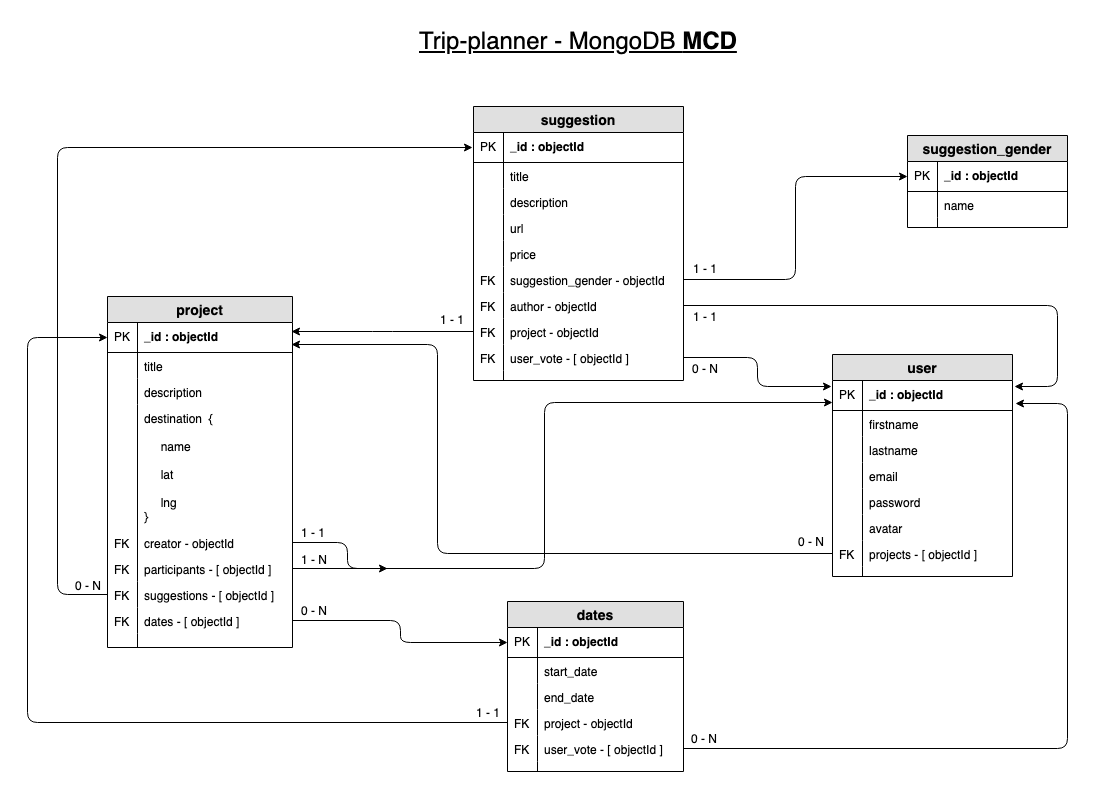
Before: documents/trip-planner-mcd-mongodb.png, a diagram exported from draw.io (maclaude/trip-planner-backend). Source tidied: cells renumbered, new cells last; positions are measured from the earlier drawing's top-left corner, leaving out a move shared by most shapes.
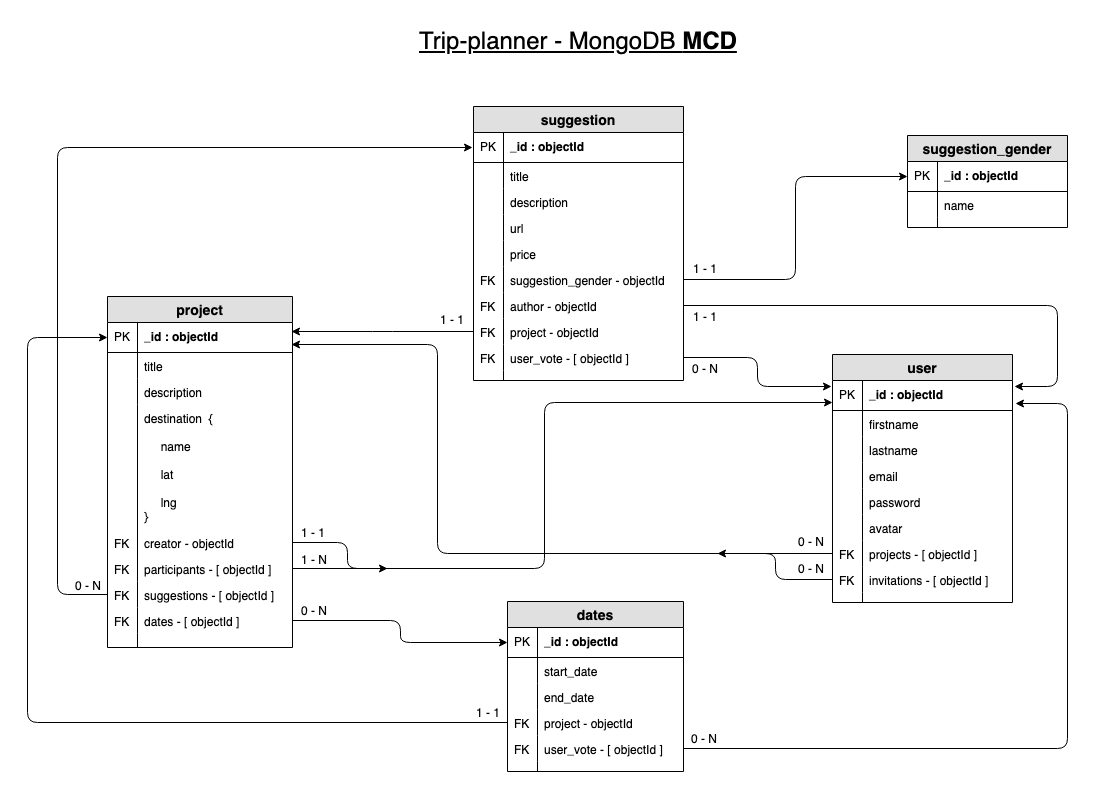
Later version of the same file.

What changed in the source:
```diff
@@ -60,7 +60,7 @@
       <mxGeometry width="30" height="14" as="geometry" />
     </mxCell>
     <mxCell id="21" value="user" style="swimlane;fontStyle=1;horizontal=1;startSize=26;fillColor=#e0e0e0;swimlaneFillColor=#ffffff;align=center;fontSize=14;" parent="1" vertex="1">
-      <mxGeometry x="805" y="334" width="180" height="222" as="geometry" />
+      <mxGeometry x="805" y="334" width="180" height="248" as="geometry" />
     </mxCell>
     <mxCell id="22" value="_id : objectId" style="shape=partialRectangle;top=0;left=0;right=0;bottom=1;align=left;verticalAlign=middle;fillColor=none;spacingLeft=34;spacingRight=4;overflow=hidden;points=[[0,0.5],[1,0.5]];portConstraint=eastwest;fontStyle=1;fontSize=12;" parent="21" vertex="1">
       <mxGeometry y="26" width="180" height="30" as="geometry" />
@@ -104,8 +104,14 @@
     <mxCell id="35" value="FK" style="shape=partialRectangle;top=0;left=0;bottom=0;fillColor=none;align=left;verticalAlign=top;spacingLeft=4;spacingRight=4;overflow=hidden;fontSize=12;" parent="34" vertex="1">
       <mxGeometry width="30" height="26" as="geometry" />
     </mxCell>
+    <mxCell id="102" value="invitations - [ objectId ]&#10;" style="shape=partialRectangle;top=0;left=0;right=0;bottom=0;align=left;verticalAlign=top;fillColor=none;spacingLeft=34;spacingRight=4;overflow=hidden;points=[[0,0.5],[1,0.5]];portConstraint=eastwest;fontSize=12;" parent="21" vertex="1">
+      <mxGeometry y="212" width="180" height="26" as="geometry" />
+    </mxCell>
+    <mxCell id="103" value="FK" style="shape=partialRectangle;top=0;left=0;bottom=0;fillColor=none;align=left;verticalAlign=top;spacingLeft=4;spacingRight=4;overflow=hidden;fontSize=12;" parent="102" vertex="1">
+      <mxGeometry width="30" height="26" as="geometry" />
+    </mxCell>
     <mxCell id="36" style="shape=partialRectangle;top=0;left=0;right=0;bottom=0;align=left;verticalAlign=top;fillColor=none;spacingLeft=34;spacingRight=4;overflow=hidden;fontSize=12;" parent="21" vertex="1">
-      <mxGeometry y="212" width="180" height="10" as="geometry" />
+      <mxGeometry y="238" width="180" height="10" as="geometry" />
     </mxCell>
     <mxCell id="37" style="shape=partialRectangle;top=0;left=0;bottom=0;fillColor=none;align=left;verticalAlign=top;spacingLeft=4;spacingRight=4;overflow=hidden;fontSize=12;" parent="36" vertex="1">
       <mxGeometry width="30" height="10" as="geometry" />
@@ -339,5 +345,13 @@
     <mxCell id="101" value="1 - 1" style="text;html=1;strokeColor=none;fillColor=none;align=center;verticalAlign=middle;whiteSpace=wrap;rounded=0;fontColor=#000000;" parent="1" vertex="1">
       <mxGeometry x="265" y="502" width="40" height="20" as="geometry" />
     </mxCell>
+    <mxCell id="104" style="edgeStyle=elbowEdgeStyle;elbow=horizontal;endArrow=classic;html=1;exitX=0;exitY=0.5;exitDx=0;exitDy=0;" parent="1" edge="1" source="102">
+      <mxGeometry relative="1" as="geometry">
+        <mxPoint x="690" y="533" as="targetPoint" />
+      </mxGeometry>
+    </mxCell>
+    <mxCell id="105" value="0 - N" style="text;html=1;strokeColor=none;fillColor=none;align=center;verticalAlign=middle;whiteSpace=wrap;rounded=0;fontColor=#000000;" parent="1" vertex="1">
+      <mxGeometry x="763" y="538" width="40" height="20" as="geometry" />
+    </mxCell>
   </root>
 </mxGraphModel>
```
